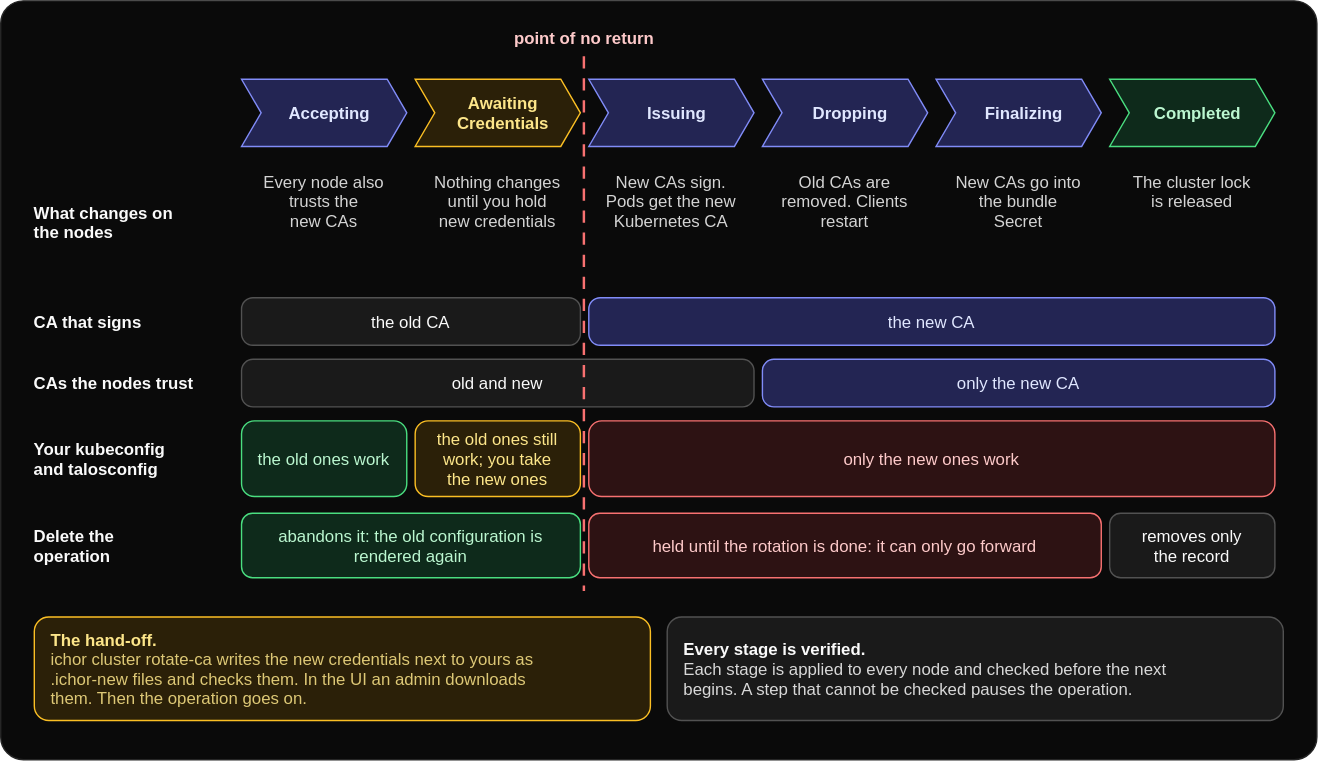
maeshinshin/ichor keeps this draw.io diagram as docs/images/ca-rotation.dark.drawio.svg. Above is the earlier version. Source tidied: cells renumbered, new cells last; positions are measured from the earlier drawing's top-left corner, leaving out a move shared by most shapes. Source of this version:
```xml
<mxGraphModel>
  <root>
    <mxCell id="0" style="html=0;" />
    <mxCell id="1" style="html=0;" parent="0" />
    <mxCell id="2" style="rounded=1;arcSize=3;fillColor=light-dark(#FFFFFF,#0A0A0A);strokeColor=light-dark(#E5E5E5,#262626);strokeWidth=1;fontColor=light-dark(#171717,#FAFAFA);fontFamily=Helvetica;fontSize=14;align=center;verticalAlign=middle;html=0;" parent="1" vertex="1">
      <mxGeometry width="940" height="542" as="geometry" />
    </mxCell>
    <mxCell id="3" value="Accepting" style="fillColor=light-dark(#EEF2FF,#232553);strokeColor=light-dark(#6366F1,#818CF8);strokeWidth=1;fontColor=light-dark(#1E1B4B,#E0E7FF);fontFamily=Helvetica;fontSize=12;align=center;verticalAlign=middle;spacingLeft=14;shape=step;perimeter=stepPerimeter;fixedSize=1;size=14;spacingRight=6;html=0;fontStyle=1;" parent="1" vertex="1">
      <mxGeometry x="172" y="56" width="118" height="48" as="geometry" />
    </mxCell>
    <mxCell id="4" value="Awaiting&#10;Credentials" style="fillColor=light-dark(#FFFBEB,#2B2008);strokeColor=light-dark(#D97706,#FBBF24);strokeWidth=1;fontColor=light-dark(#78350F,#FDE68A);fontFamily=Helvetica;fontSize=12;align=center;verticalAlign=middle;spacingLeft=14;shape=step;perimeter=stepPerimeter;fixedSize=1;size=14;spacingRight=6;html=0;fontStyle=1;" parent="1" vertex="1">
      <mxGeometry x="296" y="56" width="118" height="48" as="geometry" />
    </mxCell>
    <mxCell id="5" value="Issuing" style="fillColor=light-dark(#EEF2FF,#232553);strokeColor=light-dark(#6366F1,#818CF8);strokeWidth=1;fontColor=light-dark(#1E1B4B,#E0E7FF);fontFamily=Helvetica;fontSize=12;align=center;verticalAlign=middle;spacingLeft=14;shape=step;perimeter=stepPerimeter;fixedSize=1;size=14;spacingRight=6;html=0;fontStyle=1;" parent="1" vertex="1">
      <mxGeometry x="420" y="56" width="118" height="48" as="geometry" />
    </mxCell>
    <mxCell id="6" value="Dropping" style="fillColor=light-dark(#EEF2FF,#232553);strokeColor=light-dark(#6366F1,#818CF8);strokeWidth=1;fontColor=light-dark(#1E1B4B,#E0E7FF);fontFamily=Helvetica;fontSize=12;align=center;verticalAlign=middle;spacingLeft=14;shape=step;perimeter=stepPerimeter;fixedSize=1;size=14;spacingRight=6;html=0;fontStyle=1;" parent="1" vertex="1">
      <mxGeometry x="544" y="56" width="118" height="48" as="geometry" />
    </mxCell>
    <mxCell id="7" value="Finalizing" style="fillColor=light-dark(#EEF2FF,#232553);strokeColor=light-dark(#6366F1,#818CF8);strokeWidth=1;fontColor=light-dark(#1E1B4B,#E0E7FF);fontFamily=Helvetica;fontSize=12;align=center;verticalAlign=middle;spacingLeft=14;shape=step;perimeter=stepPerimeter;fixedSize=1;size=14;spacingRight=6;html=0;fontStyle=1;" parent="1" vertex="1">
      <mxGeometry x="668" y="56" width="118" height="48" as="geometry" />
    </mxCell>
    <mxCell id="8" value="Completed" style="fillColor=light-dark(#F0FDF4,#0E2A1B);strokeColor=light-dark(#16A34A,#4ADE80);strokeWidth=1;fontColor=light-dark(#14532D,#BBF7D0);fontFamily=Helvetica;fontSize=12;align=center;verticalAlign=middle;spacingLeft=14;shape=step;perimeter=stepPerimeter;fixedSize=1;size=14;spacingRight=6;html=0;fontStyle=1;" parent="1" vertex="1">
      <mxGeometry x="792" y="56" width="118" height="48" as="geometry" />
    </mxCell>
    <mxCell id="9" value="What changes on&#10;the nodes" style="text=1;fillColor=none;strokeColor=none;fontColor=light-dark(#171717,#FAFAFA);fontFamily=Helvetica;fontSize=12;align=left;verticalAlign=middle;spacing=0;html=0;fontStyle=1;" parent="1" vertex="1">
      <mxGeometry x="24" y="116" width="146" height="84" as="geometry" />
    </mxCell>
    <mxCell id="10" value="Every node also&#10;trusts the&#10;new CAs" style="text=1;fillColor=none;strokeColor=none;fontColor=light-dark(#404040,#D4D4D4);fontFamily=Helvetica;fontSize=12;align=center;verticalAlign=top;spacing=0;spacingTop=2;html=0;" parent="1" vertex="1">
      <mxGeometry x="172" y="116" width="118" height="84" as="geometry" />
    </mxCell>
    <mxCell id="11" value="Nothing changes&#10;until you hold&#10;new credentials" style="text=1;fillColor=none;strokeColor=none;fontColor=light-dark(#404040,#D4D4D4);fontFamily=Helvetica;fontSize=12;align=center;verticalAlign=top;spacing=0;spacingTop=2;html=0;" parent="1" vertex="1">
      <mxGeometry x="296" y="116" width="118" height="84" as="geometry" />
    </mxCell>
    <mxCell id="12" value="New CAs sign.&#10;Pods get the new&#10;Kubernetes CA" style="text=1;fillColor=none;strokeColor=none;fontColor=light-dark(#404040,#D4D4D4);fontFamily=Helvetica;fontSize=12;align=center;verticalAlign=top;spacing=0;spacingTop=2;html=0;" parent="1" vertex="1">
      <mxGeometry x="420" y="116" width="118" height="84" as="geometry" />
    </mxCell>
    <mxCell id="13" value="Old CAs are&#10;removed. Clients&#10;restart" style="text=1;fillColor=none;strokeColor=none;fontColor=light-dark(#404040,#D4D4D4);fontFamily=Helvetica;fontSize=12;align=center;verticalAlign=top;spacing=0;spacingTop=2;html=0;" parent="1" vertex="1">
      <mxGeometry x="544" y="116" width="118" height="84" as="geometry" />
    </mxCell>
    <mxCell id="14" value="New CAs go into&#10;the bundle&#10;Secret" style="text=1;fillColor=none;strokeColor=none;fontColor=light-dark(#404040,#D4D4D4);fontFamily=Helvetica;fontSize=12;align=center;verticalAlign=top;spacing=0;spacingTop=2;html=0;" parent="1" vertex="1">
      <mxGeometry x="668" y="116" width="118" height="84" as="geometry" />
    </mxCell>
    <mxCell id="15" value="The cluster lock&#10;is released" style="text=1;fillColor=none;strokeColor=none;fontColor=light-dark(#404040,#D4D4D4);fontFamily=Helvetica;fontSize=12;align=center;verticalAlign=top;spacing=0;spacingTop=2;html=0;" parent="1" vertex="1">
      <mxGeometry x="792" y="116" width="118" height="84" as="geometry" />
    </mxCell>
    <mxCell id="16" value="CA that signs" style="text=1;fillColor=none;strokeColor=none;fontColor=light-dark(#171717,#FAFAFA);fontFamily=Helvetica;fontSize=12;align=left;verticalAlign=middle;spacing=0;html=0;fontStyle=1;" parent="1" vertex="1">
      <mxGeometry x="24" y="212" width="146" height="34" as="geometry" />
    </mxCell>
    <mxCell id="17" value="the old CA" style="rounded=1;arcSize=24;fillColor=light-dark(#FFFFFF,#1A1A1A);strokeColor=light-dark(#A3A3A3,#525252);strokeWidth=1;fontColor=light-dark(#171717,#FAFAFA);fontFamily=Helvetica;fontSize=12;align=center;verticalAlign=middle;html=0;" parent="1" vertex="1">
      <mxGeometry x="172" y="212" width="242" height="34" as="geometry" />
    </mxCell>
    <mxCell id="18" value="the new CA" style="rounded=1;arcSize=24;fillColor=light-dark(#EEF2FF,#232553);strokeColor=light-dark(#6366F1,#818CF8);strokeWidth=1;fontColor=light-dark(#1E1B4B,#E0E7FF);fontFamily=Helvetica;fontSize=12;align=center;verticalAlign=middle;html=0;" parent="1" vertex="1">
      <mxGeometry x="420" y="212" width="490" height="34" as="geometry" />
    </mxCell>
    <mxCell id="19" value="CAs the nodes trust" style="text=1;fillColor=none;strokeColor=none;fontColor=light-dark(#171717,#FAFAFA);fontFamily=Helvetica;fontSize=12;align=left;verticalAlign=middle;spacing=0;html=0;fontStyle=1;" parent="1" vertex="1">
      <mxGeometry x="24" y="256" width="146" height="34" as="geometry" />
    </mxCell>
    <mxCell id="20" value="old and new" style="rounded=1;arcSize=24;fillColor=light-dark(#FFFFFF,#1A1A1A);strokeColor=light-dark(#A3A3A3,#525252);strokeWidth=1;fontColor=light-dark(#171717,#FAFAFA);fontFamily=Helvetica;fontSize=12;align=center;verticalAlign=middle;html=0;" parent="1" vertex="1">
      <mxGeometry x="172" y="256" width="366" height="34" as="geometry" />
    </mxCell>
    <mxCell id="21" value="only the new CA" style="rounded=1;arcSize=24;fillColor=light-dark(#EEF2FF,#232553);strokeColor=light-dark(#6366F1,#818CF8);strokeWidth=1;fontColor=light-dark(#1E1B4B,#E0E7FF);fontFamily=Helvetica;fontSize=12;align=center;verticalAlign=middle;html=0;" parent="1" vertex="1">
      <mxGeometry x="544" y="256" width="366" height="34" as="geometry" />
    </mxCell>
    <mxCell id="22" value="Your kubeconfig&#10;and talosconfig" style="text=1;fillColor=none;strokeColor=none;fontColor=light-dark(#171717,#FAFAFA);fontFamily=Helvetica;fontSize=12;align=left;verticalAlign=middle;spacing=0;html=0;fontStyle=1;" parent="1" vertex="1">
      <mxGeometry x="24" y="300" width="146" height="54" as="geometry" />
    </mxCell>
    <mxCell id="23" value="the old ones work" style="rounded=1;arcSize=17;fillColor=light-dark(#F0FDF4,#0E2A1B);strokeColor=light-dark(#16A34A,#4ADE80);strokeWidth=1;fontColor=light-dark(#14532D,#BBF7D0);fontFamily=Helvetica;fontSize=12;align=center;verticalAlign=middle;html=0;" parent="1" vertex="1">
      <mxGeometry x="172" y="300" width="118" height="54" as="geometry" />
    </mxCell>
    <mxCell id="24" value="the old ones still&#10;work; you take&#10;the new ones" style="rounded=1;arcSize=17;fillColor=light-dark(#FFFBEB,#2B2008);strokeColor=light-dark(#D97706,#FBBF24);strokeWidth=1;fontColor=light-dark(#78350F,#FDE68A);fontFamily=Helvetica;fontSize=12;align=center;verticalAlign=middle;html=0;" parent="1" vertex="1">
      <mxGeometry x="296" y="300" width="118" height="54" as="geometry" />
    </mxCell>
    <mxCell id="25" value="only the new ones work" style="rounded=1;arcSize=17;fillColor=light-dark(#FEF2F2,#2D1213);strokeColor=light-dark(#DC2626,#F87171);strokeWidth=1;fontColor=light-dark(#7F1D1D,#FECACA);fontFamily=Helvetica;fontSize=12;align=center;verticalAlign=middle;html=0;" parent="1" vertex="1">
      <mxGeometry x="420" y="300" width="490" height="54" as="geometry" />
    </mxCell>
    <mxCell id="26" value="Delete the&#10;operation" style="text=1;fillColor=none;strokeColor=none;fontColor=light-dark(#171717,#FAFAFA);fontFamily=Helvetica;fontSize=12;align=left;verticalAlign=middle;spacing=0;html=0;fontStyle=1;" parent="1" vertex="1">
      <mxGeometry x="24" y="366" width="146" height="46" as="geometry" />
    </mxCell>
    <mxCell id="27" value="abandons it: the old configuration is&#10;rendered again" style="rounded=1;arcSize=17;fillColor=light-dark(#F0FDF4,#0E2A1B);strokeColor=light-dark(#16A34A,#4ADE80);strokeWidth=1;fontColor=light-dark(#14532D,#BBF7D0);fontFamily=Helvetica;fontSize=12;align=center;verticalAlign=middle;html=0;" parent="1" vertex="1">
      <mxGeometry x="172" y="366" width="242" height="46" as="geometry" />
    </mxCell>
    <mxCell id="28" value="held until the rotation is done: it can only go forward" style="rounded=1;arcSize=17;fillColor=light-dark(#FEF2F2,#2D1213);strokeColor=light-dark(#DC2626,#F87171);strokeWidth=1;fontColor=light-dark(#7F1D1D,#FECACA);fontFamily=Helvetica;fontSize=12;align=center;verticalAlign=middle;html=0;" parent="1" vertex="1">
      <mxGeometry x="420" y="366" width="366" height="46" as="geometry" />
    </mxCell>
    <mxCell id="29" style="edgeStyle=none;strokeColor=light-dark(#DC2626,#F87171);strokeWidth=1.75;endArrow=none;endFill=1;endSize=5;dashed=1;dashPattern=5 4;html=0;" parent="1" edge="1">
      <mxGeometry relative="1" as="geometry">
        <mxPoint x="417" y="40" as="sourcePoint" />
        <mxPoint x="417" y="422" as="targetPoint" />
      </mxGeometry>
    </mxCell>
    <mxCell id="30" value="point of no return" style="text=1;fillColor=none;strokeColor=none;fontColor=light-dark(#7F1D1D,#FECACA);fontFamily=Helvetica;fontSize=12;align=center;verticalAlign=middle;spacing=0;html=0;fontStyle=1;" parent="1" vertex="1">
      <mxGeometry x="347" y="16" width="140" height="20" as="geometry" />
    </mxCell>
    <mxCell id="31" style="rounded=1;arcSize=14;fillColor=light-dark(#FFFBEB,#2B2008);strokeColor=light-dark(#D97706,#FBBF24);strokeWidth=1;fontColor=light-dark(#78350F,#FDE68A);fontFamily=Helvetica;fontSize=12;align=left;verticalAlign=middle;spacingLeft=12;spacingRight=12;html=0;" parent="1" vertex="1">
      <mxGeometry x="24" y="440" width="440" height="74" as="geometry" />
    </mxCell>
    <mxCell id="32" value="The hand-off." style="html=0;fillColor=none;strokeColor=none;fontFamily=Helvetica;fontSize=12;fontColor=light-dark(#78350F,#FDE68A);align=left;verticalAlign=middle;spacing=0;fontStyle=1;" parent="31" vertex="1">
      <mxGeometry x="12" y="9" width="416" height="14" as="geometry" />
    </mxCell>
    <mxCell id="33" value="ichor cluster rotate-ca writes the new credentials next to yours as&#10;.ichor-new files and checks them. In the UI an admin downloads&#10;them. Then the operation goes on." style="html=0;fillColor=none;strokeColor=none;fontFamily=Helvetica;fontSize=12;fontColor=light-dark(#78350F,#FDE68A);align=left;verticalAlign=middle;spacing=0;textOpacity=85;" parent="31" vertex="1">
      <mxGeometry x="12" y="23" width="416" height="42" as="geometry" />
    </mxCell>
    <mxCell id="34" style="rounded=1;arcSize=14;fillColor=light-dark(#FFFFFF,#1A1A1A);strokeColor=light-dark(#A3A3A3,#525252);strokeWidth=1;fontColor=light-dark(#171717,#FAFAFA);fontFamily=Helvetica;fontSize=12;align=left;verticalAlign=middle;spacingLeft=12;spacingRight=12;html=0;" parent="1" vertex="1">
      <mxGeometry x="476" y="440" width="440" height="74" as="geometry" />
    </mxCell>
    <mxCell id="35" value="Every stage is verified." style="html=0;fillColor=none;strokeColor=none;fontFamily=Helvetica;fontSize=12;fontColor=light-dark(#171717,#FAFAFA);align=left;verticalAlign=middle;spacing=0;fontStyle=1;" parent="34" vertex="1">
      <mxGeometry x="12" y="16" width="416" height="14" as="geometry" />
    </mxCell>
    <mxCell id="36" value="Each stage is applied to every node and checked before the next&#10;begins. A step that cannot be checked pauses the operation." style="html=0;fillColor=none;strokeColor=none;fontFamily=Helvetica;fontSize=12;fontColor=light-dark(#171717,#FAFAFA);align=left;verticalAlign=middle;spacing=0;textOpacity=85;" parent="34" vertex="1">
      <mxGeometry x="12" y="30" width="416" height="28" as="geometry" />
    </mxCell>
    <mxCell id="37" value="removes only&#10;the record" style="rounded=1;arcSize=17;fillColor=light-dark(#FFFFFF,#1A1A1A);strokeColor=light-dark(#A3A3A3,#525252);strokeWidth=1;fontColor=light-dark(#171717,#FAFAFA);fontFamily=Helvetica;fontSize=12;align=center;verticalAlign=middle;html=0;" parent="1" vertex="1">
      <mxGeometry x="792" y="366" width="118" height="46" as="geometry" />
    </mxCell>
  </root>
</mxGraphModel>
```
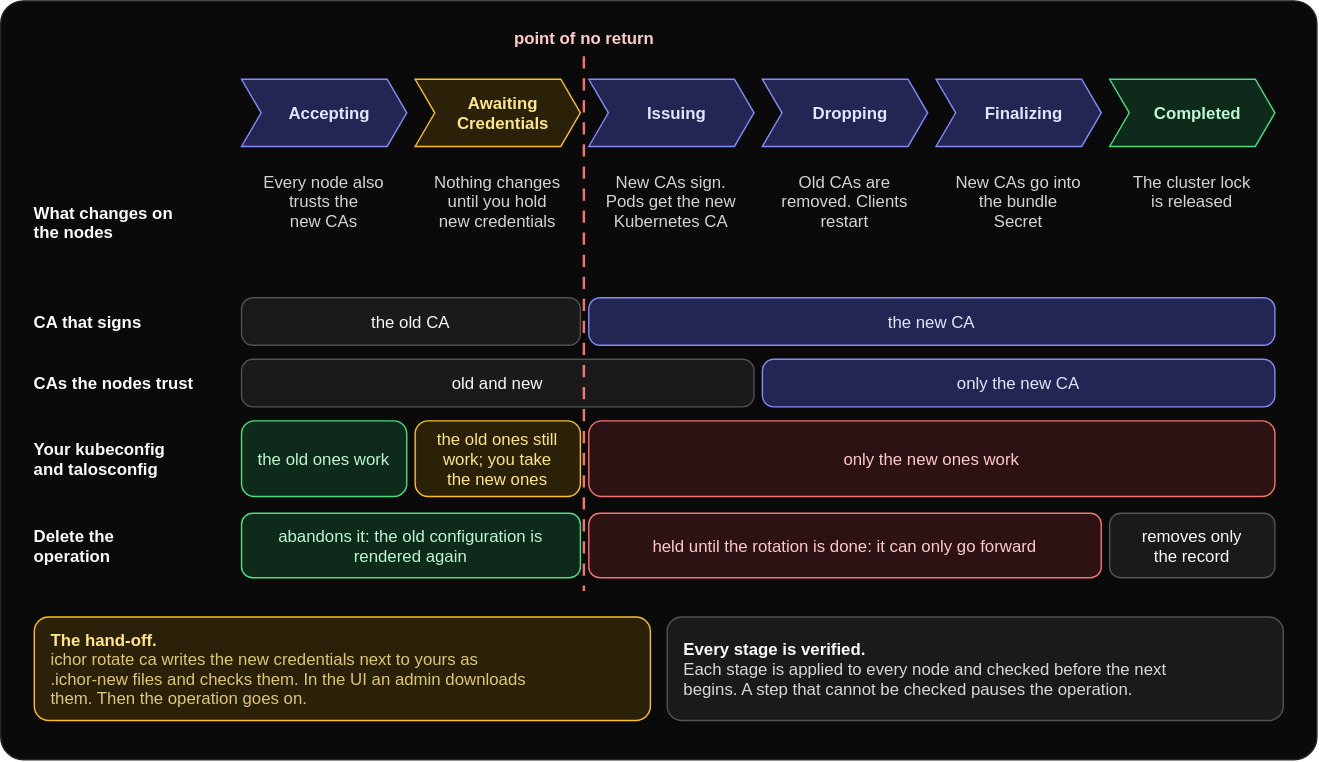
After the commit.

What changed in the source:
```diff
@@ -98,7 +98,7 @@
     <mxCell id="32" value="The hand-off." style="html=0;fillColor=none;strokeColor=none;fontFamily=Helvetica;fontSize=12;fontColor=light-dark(#78350F,#FDE68A);align=left;verticalAlign=middle;spacing=0;fontStyle=1;" parent="31" vertex="1">
       <mxGeometry x="12" y="9" width="416" height="14" as="geometry" />
     </mxCell>
-    <mxCell id="33" value="ichor cluster rotate-ca writes the new credentials next to yours as&#10;.ichor-new files and checks them. In the UI an admin downloads&#10;them. Then the operation goes on." style="html=0;fillColor=none;strokeColor=none;fontFamily=Helvetica;fontSize=12;fontColor=light-dark(#78350F,#FDE68A);align=left;verticalAlign=middle;spacing=0;textOpacity=85;" parent="31" vertex="1">
+    <mxCell id="33" value="ichor rotate ca writes the new credentials next to yours as&#10;.ichor-new files and checks them. In the UI an admin downloads&#10;them. Then the operation goes on." style="html=0;fillColor=none;strokeColor=none;fontFamily=Helvetica;fontSize=12;fontColor=light-dark(#78350F,#FDE68A);align=left;verticalAlign=middle;spacing=0;textOpacity=85;" parent="31" vertex="1">
       <mxGeometry x="12" y="23" width="416" height="42" as="geometry" />
     </mxCell>
     <mxCell id="34" style="rounded=1;arcSize=14;fillColor=light-dark(#FFFFFF,#1A1A1A);strokeColor=light-dark(#A3A3A3,#525252);strokeWidth=1;fontColor=light-dark(#171717,#FAFAFA);fontFamily=Helvetica;fontSize=12;align=left;verticalAlign=middle;spacingLeft=12;spacingRight=12;html=0;" parent="1" vertex="1">
```
